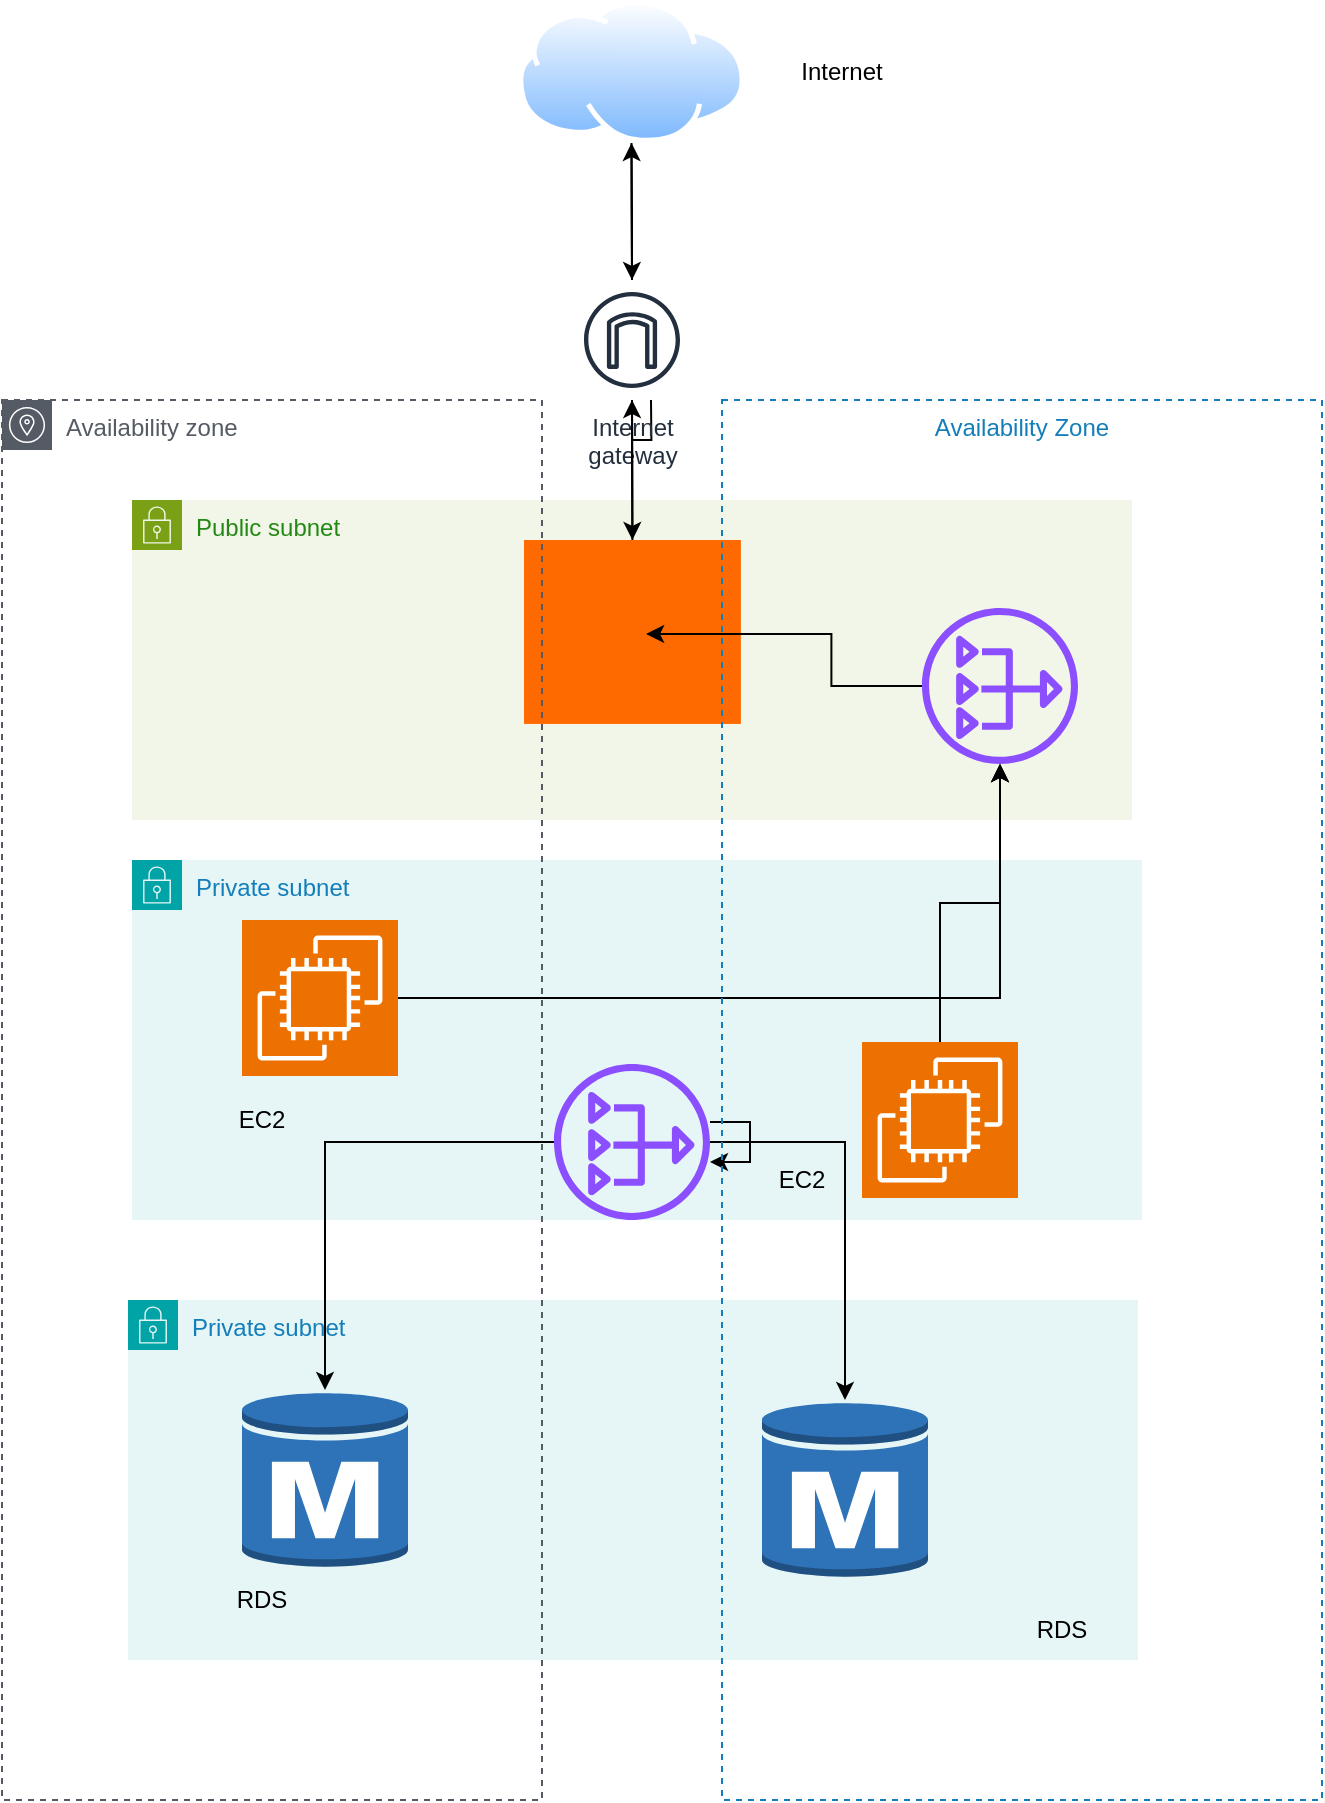
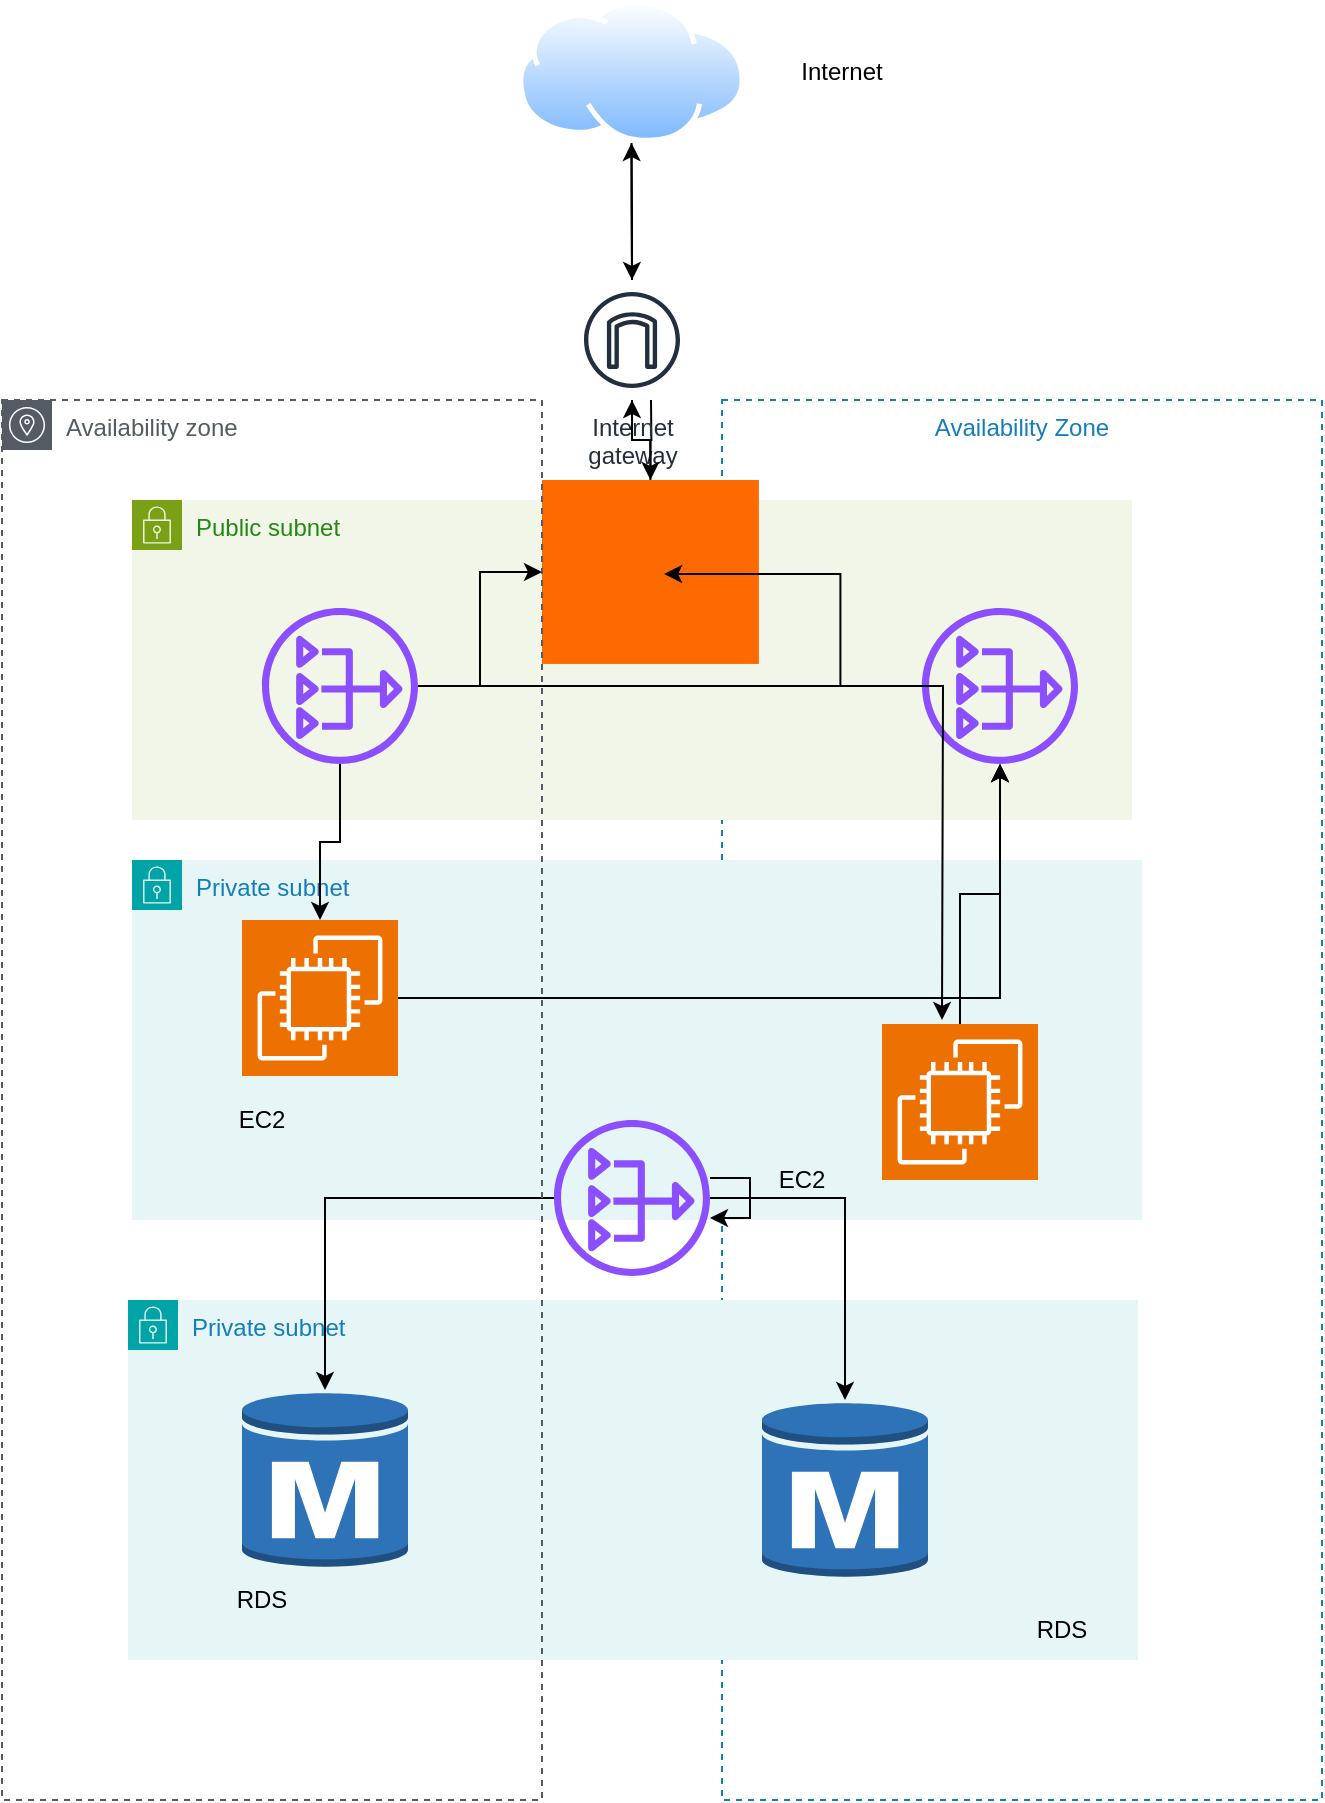
<mxfile host="app.diagrams.net">
  <diagram name="Page-1" id="jmnmw8XIQMqnONHrqhSX">
-     <mxGraphModel dx="1414" dy="1929" grid="1" gridSize="10" guides="1" tooltips="1" connect="1" arrows="1" fold="1" page="1" pageScale="1" pageWidth="850" pageHeight="1100" math="0" shadow="0">
+     <mxGraphModel dx="1571" dy="2021" grid="1" gridSize="10" guides="1" tooltips="1" connect="1" arrows="1" fold="1" page="1" pageScale="1" pageWidth="850" pageHeight="1100" math="0" shadow="0">
      <root>
        <mxCell id="0" />
        <mxCell id="1" parent="0" />
+         <mxCell id="3whqfBSB9Y3kzktNOQa8-44" parent="1" style="fillColor=none;strokeColor=#147EBA;dashed=1;verticalAlign=top;fontStyle=0;fontColor=#147EBA;whiteSpace=wrap;html=1;" value="Availability Zone" vertex="1">
+           <mxGeometry height="700" width="300" x="470" y="160" as="geometry" />
+         </mxCell>
        <mxCell id="3whqfBSB9Y3kzktNOQa8-9" parent="1" style="points=[[0,0],[0.25,0],[0.5,0],[0.75,0],[1,0],[1,0.25],[1,0.5],[1,0.75],[1,1],[0.75,1],[0.5,1],[0.25,1],[0,1],[0,0.75],[0,0.5],[0,0.25]];outlineConnect=0;gradientColor=none;html=1;whiteSpace=wrap;fontSize=12;fontStyle=0;container=1;pointerEvents=0;collapsible=0;recursiveResize=0;shape=mxgraph.aws4.group;grIcon=mxgraph.aws4.group_security_group;grStroke=0;strokeColor=#7AA116;fillColor=#F2F6E8;verticalAlign=top;align=left;spacingLeft=30;fontColor=#248814;dashed=0;" value="Public subnet" vertex="1">
          <mxGeometry height="160" width="500" x="175" y="210" as="geometry" />
        </mxCell>
        <mxCell id="3whqfBSB9Y3kzktNOQa8-11" parent="3whqfBSB9Y3kzktNOQa8-9" style="sketch=0;outlineConnect=0;fontColor=#232F3E;gradientColor=none;fillColor=#8C4FFF;strokeColor=none;dashed=0;verticalLabelPosition=bottom;verticalAlign=top;align=center;html=1;fontSize=12;fontStyle=0;aspect=fixed;pointerEvents=1;shape=mxgraph.aws4.nat_gateway;" value="" vertex="1">
          <mxGeometry height="78" width="78" x="395" y="53.97000000000003" as="geometry" />
        </mxCell>
        <mxCell id="3whqfBSB9Y3kzktNOQa8-7" edge="1" parent="3whqfBSB9Y3kzktNOQa8-9" source="3whqfBSB9Y3kzktNOQa8-2" style="edgeStyle=orthogonalEdgeStyle;rounded=0;orthogonalLoop=1;jettySize=auto;html=1;" value="">
          <mxGeometry relative="1" as="geometry">
            <mxPoint x="193.44000000000005" y="63" as="sourcePoint" />
            <mxPoint x="259.20000000000005" y="-80" as="targetPoint" />
          </mxGeometry>
        </mxCell>
        <object label="" id="3whqfBSB9Y3kzktNOQa8-6">
          <mxCell parent="3whqfBSB9Y3kzktNOQa8-9" style="points=[];aspect=fixed;html=1;align=center;shadow=0;dashed=0;fillColor=#FF6A00;strokeColor=none;shape=mxgraph.alibaba_cloud.alb_application_load_balancer_01;" vertex="1">
-             <mxGeometry height="91.97" width="108.44" x="196" y="20.00000000000001" as="geometry" />
+             <mxGeometry height="91.97" width="108.44" x="205" y="-9.99999999999999" as="geometry" />
          </mxCell>
        </object>
        <mxCell id="3whqfBSB9Y3kzktNOQa8-38" edge="1" parent="3whqfBSB9Y3kzktNOQa8-9" source="3whqfBSB9Y3kzktNOQa8-11" style="edgeStyle=orthogonalEdgeStyle;rounded=0;orthogonalLoop=1;jettySize=auto;html=1;entryX=0.563;entryY=0.511;entryDx=0;entryDy=0;entryPerimeter=0;" target="3whqfBSB9Y3kzktNOQa8-6">
          <mxGeometry relative="1" as="geometry" />
        </mxCell>
        <mxCell id="3whqfBSB9Y3kzktNOQa8-2" parent="3whqfBSB9Y3kzktNOQa8-9" style="sketch=0;outlineConnect=0;fontColor=#232F3E;gradientColor=none;strokeColor=#232F3E;fillColor=#ffffff;dashed=0;verticalLabelPosition=bottom;verticalAlign=top;align=center;html=1;fontSize=12;fontStyle=0;aspect=fixed;shape=mxgraph.aws4.resourceIcon;resIcon=mxgraph.aws4.internet_gateway;" value="Internet&#xa;gateway" vertex="1">
          <mxGeometry height="60" width="60" x="220" y="-110" as="geometry" />
        </mxCell>
        <mxCell id="3whqfBSB9Y3kzktNOQa8-8" edge="1" parent="3whqfBSB9Y3kzktNOQa8-9" source="3whqfBSB9Y3kzktNOQa8-2" style="edgeStyle=orthogonalEdgeStyle;rounded=0;orthogonalLoop=1;jettySize=auto;html=1;" target="3whqfBSB9Y3kzktNOQa8-6" value="">
          <mxGeometry relative="1" as="geometry" />
        </mxCell>
        <mxCell id="3whqfBSB9Y3kzktNOQa8-45" edge="1" parent="3whqfBSB9Y3kzktNOQa8-9" source="3whqfBSB9Y3kzktNOQa8-6" style="edgeStyle=orthogonalEdgeStyle;rounded=0;orthogonalLoop=1;jettySize=auto;html=1;" target="3whqfBSB9Y3kzktNOQa8-2" value="">
          <mxGeometry relative="1" as="geometry">
            <mxPoint x="425" y="230" as="sourcePoint" />
            <mxPoint x="434.20000000000005" y="130" as="targetPoint" />
          </mxGeometry>
        </mxCell>
        <mxCell id="3whqfBSB9Y3kzktNOQa8-5" edge="1" parent="1" source="3whqfBSB9Y3kzktNOQa8-1" style="edgeStyle=orthogonalEdgeStyle;rounded=0;orthogonalLoop=1;jettySize=auto;html=1;" target="3whqfBSB9Y3kzktNOQa8-2" value="">
          <mxGeometry relative="1" as="geometry" />
        </mxCell>
        <mxCell id="3whqfBSB9Y3kzktNOQa8-1" parent="1" style="image;aspect=fixed;perimeter=ellipsePerimeter;html=1;align=center;shadow=0;dashed=0;spacingTop=3;image=img/lib/active_directory/internet_cloud.svg;" value="" vertex="1">
          <mxGeometry height="71.5" width="113.49" x="368" y="-40" as="geometry" />
        </mxCell>
        <mxCell id="3whqfBSB9Y3kzktNOQa8-4" edge="1" parent="1" source="3whqfBSB9Y3kzktNOQa8-2" style="edgeStyle=orthogonalEdgeStyle;rounded=0;orthogonalLoop=1;jettySize=auto;html=1;" target="3whqfBSB9Y3kzktNOQa8-1" value="">
          <mxGeometry relative="1" as="geometry" />
        </mxCell>
        <mxCell id="3whqfBSB9Y3kzktNOQa8-10" parent="1" style="points=[[0,0],[0.25,0],[0.5,0],[0.75,0],[1,0],[1,0.25],[1,0.5],[1,0.75],[1,1],[0.75,1],[0.5,1],[0.25,1],[0,1],[0,0.75],[0,0.5],[0,0.25]];outlineConnect=0;gradientColor=none;html=1;whiteSpace=wrap;fontSize=12;fontStyle=0;container=1;pointerEvents=0;collapsible=0;recursiveResize=0;shape=mxgraph.aws4.group;grIcon=mxgraph.aws4.group_security_group;grStroke=0;strokeColor=#00A4A6;fillColor=#E6F6F7;verticalAlign=top;align=left;spacingLeft=30;fontColor=#147EBA;dashed=0;" value="Private subnet" vertex="1">
          <mxGeometry height="180" width="505" x="175" y="390" as="geometry" />
        </mxCell>
        <mxCell id="3whqfBSB9Y3kzktNOQa8-17" parent="3whqfBSB9Y3kzktNOQa8-10" style="sketch=0;points=[[0,0,0],[0.25,0,0],[0.5,0,0],[0.75,0,0],[1,0,0],[0,1,0],[0.25,1,0],[0.5,1,0],[0.75,1,0],[1,1,0],[0,0.25,0],[0,0.5,0],[0,0.75,0],[1,0.25,0],[1,0.5,0],[1,0.75,0]];outlineConnect=0;fontColor=#232F3E;fillColor=#ED7100;strokeColor=#ffffff;dashed=0;verticalLabelPosition=bottom;verticalAlign=top;align=center;html=1;fontSize=12;fontStyle=0;aspect=fixed;shape=mxgraph.aws4.resourceIcon;resIcon=mxgraph.aws4.ec2;" value="" vertex="1">
          <mxGeometry height="78" width="78" x="55" y="30" as="geometry" />
        </mxCell>
        <mxCell id="3whqfBSB9Y3kzktNOQa8-20" parent="3whqfBSB9Y3kzktNOQa8-10" style="sketch=0;points=[[0,0,0],[0.25,0,0],[0.5,0,0],[0.75,0,0],[1,0,0],[0,1,0],[0.25,1,0],[0.5,1,0],[0.75,1,0],[1,1,0],[0,0.25,0],[0,0.5,0],[0,0.75,0],[1,0.25,0],[1,0.5,0],[1,0.75,0]];outlineConnect=0;fontColor=#232F3E;fillColor=#ED7100;strokeColor=#ffffff;dashed=0;verticalLabelPosition=bottom;verticalAlign=top;align=center;html=1;fontSize=12;fontStyle=0;aspect=fixed;shape=mxgraph.aws4.resourceIcon;resIcon=mxgraph.aws4.ec2;" value="" vertex="1">
-           <mxGeometry height="78" width="78" x="365" y="91" as="geometry" />
+           <mxGeometry height="78" width="78" x="375" y="82" as="geometry" />
        </mxCell>
        <mxCell id="3whqfBSB9Y3kzktNOQa8-34" parent="3whqfBSB9Y3kzktNOQa8-10" style="text;html=1;whiteSpace=wrap;strokeColor=none;fillColor=none;align=center;verticalAlign=middle;rounded=0;" value="EC2" vertex="1">
          <mxGeometry height="30" width="60" x="305" y="145" as="geometry" />
        </mxCell>
        <mxCell id="3whqfBSB9Y3kzktNOQa8-35" parent="3whqfBSB9Y3kzktNOQa8-10" style="text;html=1;whiteSpace=wrap;strokeColor=none;fillColor=none;align=center;verticalAlign=middle;rounded=0;" value="EC2" vertex="1">
          <mxGeometry height="30" width="60" x="35" y="115" as="geometry" />
        </mxCell>
        <mxCell id="3whqfBSB9Y3kzktNOQa8-39" parent="3whqfBSB9Y3kzktNOQa8-10" style="sketch=0;outlineConnect=0;fontColor=#232F3E;gradientColor=none;fillColor=#8C4FFF;strokeColor=none;dashed=0;verticalLabelPosition=bottom;verticalAlign=top;align=center;html=1;fontSize=12;fontStyle=0;aspect=fixed;pointerEvents=1;shape=mxgraph.aws4.nat_gateway;" value="" vertex="1">
-           <mxGeometry height="78" width="78" x="211.00000000000003" y="102" as="geometry" />
+           <mxGeometry height="78" width="78" x="211.00000000000003" y="130" as="geometry" />
        </mxCell>
        <mxCell id="3whqfBSB9Y3kzktNOQa8-42" edge="1" parent="3whqfBSB9Y3kzktNOQa8-10" source="3whqfBSB9Y3kzktNOQa8-39" style="edgeStyle=orthogonalEdgeStyle;rounded=0;orthogonalLoop=1;jettySize=auto;html=1;innerLoopWaypoints=1;" target="3whqfBSB9Y3kzktNOQa8-39">
          <mxGeometry relative="1" as="geometry" />
        </mxCell>
        <mxCell id="3whqfBSB9Y3kzktNOQa8-23" edge="1" parent="1" source="3whqfBSB9Y3kzktNOQa8-20" style="edgeStyle=orthogonalEdgeStyle;rounded=0;orthogonalLoop=1;jettySize=auto;html=1;" target="3whqfBSB9Y3kzktNOQa8-11">
          <mxGeometry relative="1" as="geometry" />
        </mxCell>
        <mxCell id="3whqfBSB9Y3kzktNOQa8-25" edge="1" parent="1" source="3whqfBSB9Y3kzktNOQa8-17" style="edgeStyle=orthogonalEdgeStyle;rounded=0;orthogonalLoop=1;jettySize=auto;html=1;" target="3whqfBSB9Y3kzktNOQa8-11">
          <mxGeometry relative="1" as="geometry" />
        </mxCell>
        <mxCell id="3whqfBSB9Y3kzktNOQa8-26" edge="1" parent="1" source="3whqfBSB9Y3kzktNOQa8-20" style="edgeStyle=orthogonalEdgeStyle;rounded=0;orthogonalLoop=1;jettySize=auto;html=1;" target="3whqfBSB9Y3kzktNOQa8-11">
          <mxGeometry relative="1" as="geometry" />
        </mxCell>
        <mxCell id="3whqfBSB9Y3kzktNOQa8-29" parent="1" style="points=[[0,0],[0.25,0],[0.5,0],[0.75,0],[1,0],[1,0.25],[1,0.5],[1,0.75],[1,1],[0.75,1],[0.5,1],[0.25,1],[0,1],[0,0.75],[0,0.5],[0,0.25]];outlineConnect=0;gradientColor=none;html=1;whiteSpace=wrap;fontSize=12;fontStyle=0;container=1;pointerEvents=0;collapsible=0;recursiveResize=0;shape=mxgraph.aws4.group;grIcon=mxgraph.aws4.group_security_group;grStroke=0;strokeColor=#00A4A6;fillColor=#E6F6F7;verticalAlign=top;align=left;spacingLeft=30;fontColor=#147EBA;dashed=0;" value="Private subnet" vertex="1">
          <mxGeometry height="180" width="505" x="173" y="610" as="geometry" />
        </mxCell>
        <mxCell id="3whqfBSB9Y3kzktNOQa8-32" parent="3whqfBSB9Y3kzktNOQa8-29" style="outlineConnect=0;dashed=0;verticalLabelPosition=bottom;verticalAlign=top;align=center;html=1;shape=mxgraph.aws3.rds_db_instance;fillColor=#2E73B8;gradientColor=none;" value="" vertex="1">
          <mxGeometry height="90" width="83" x="57" y="45" as="geometry" />
        </mxCell>
        <mxCell id="3whqfBSB9Y3kzktNOQa8-33" parent="3whqfBSB9Y3kzktNOQa8-29" style="outlineConnect=0;dashed=0;verticalLabelPosition=bottom;verticalAlign=top;align=center;html=1;shape=mxgraph.aws3.rds_db_instance;fillColor=#2E73B8;gradientColor=none;" value="" vertex="1">
          <mxGeometry height="90" width="83" x="317" y="50" as="geometry" />
        </mxCell>
        <mxCell id="3whqfBSB9Y3kzktNOQa8-36" parent="3whqfBSB9Y3kzktNOQa8-29" style="text;html=1;whiteSpace=wrap;strokeColor=none;fillColor=none;align=center;verticalAlign=middle;rounded=0;" value="RDS" vertex="1">
          <mxGeometry height="30" width="60" x="37" y="135" as="geometry" />
        </mxCell>
        <mxCell id="3whqfBSB9Y3kzktNOQa8-37" parent="3whqfBSB9Y3kzktNOQa8-29" style="text;html=1;whiteSpace=wrap;strokeColor=none;fillColor=none;align=center;verticalAlign=middle;rounded=0;" value="RDS" vertex="1">
          <mxGeometry height="30" width="60" x="437" y="150" as="geometry" />
        </mxCell>
        <mxCell id="3whqfBSB9Y3kzktNOQa8-40" edge="1" parent="1" source="3whqfBSB9Y3kzktNOQa8-39" style="edgeStyle=orthogonalEdgeStyle;rounded=0;orthogonalLoop=1;jettySize=auto;html=1;" target="3whqfBSB9Y3kzktNOQa8-33">
          <mxGeometry relative="1" as="geometry" />
        </mxCell>
        <mxCell id="3whqfBSB9Y3kzktNOQa8-41" edge="1" parent="1" source="3whqfBSB9Y3kzktNOQa8-39" style="edgeStyle=orthogonalEdgeStyle;rounded=0;orthogonalLoop=1;jettySize=auto;html=1;" target="3whqfBSB9Y3kzktNOQa8-32">
          <mxGeometry relative="1" as="geometry" />
        </mxCell>
        <mxCell id="3whqfBSB9Y3kzktNOQa8-43" parent="1" style="sketch=0;outlineConnect=0;gradientColor=none;html=1;whiteSpace=wrap;fontSize=12;fontStyle=0;shape=mxgraph.aws4.group;grIcon=mxgraph.aws4.group_availability_zone;strokeColor=#545B64;fillColor=none;verticalAlign=top;align=left;spacingLeft=30;fontColor=#545B64;dashed=1;" value="Availability zone" vertex="1">
          <mxGeometry height="700" width="270" x="110" y="160" as="geometry" />
        </mxCell>
-         <mxCell id="3whqfBSB9Y3kzktNOQa8-44" parent="1" style="fillColor=none;strokeColor=#147EBA;dashed=1;verticalAlign=top;fontStyle=0;fontColor=#147EBA;whiteSpace=wrap;html=1;" value="Availability Zone" vertex="1">
-           <mxGeometry height="700" width="300" x="470" y="160" as="geometry" />
-         </mxCell>
        <mxCell id="3whqfBSB9Y3kzktNOQa8-46" parent="1" style="text;html=1;whiteSpace=wrap;strokeColor=none;fillColor=none;align=center;verticalAlign=middle;rounded=0;" value="Internet" vertex="1">
          <mxGeometry height="30" width="60" x="500" y="-19.25" as="geometry" />
+         </mxCell>
+         <mxCell id="OCtHsSf_AYh_oIOhaUD4-2" edge="1" parent="1" source="OCtHsSf_AYh_oIOhaUD4-1" style="edgeStyle=orthogonalEdgeStyle;rounded=0;orthogonalLoop=1;jettySize=auto;html=1;" target="3whqfBSB9Y3kzktNOQa8-6" value="">
+           <mxGeometry relative="1" as="geometry" />
+         </mxCell>
+         <mxCell id="OCtHsSf_AYh_oIOhaUD4-3" edge="1" parent="1" source="OCtHsSf_AYh_oIOhaUD4-1" style="edgeStyle=orthogonalEdgeStyle;rounded=0;orthogonalLoop=1;jettySize=auto;html=1;" target="3whqfBSB9Y3kzktNOQa8-17" value="">
+           <mxGeometry relative="1" as="geometry" />
+         </mxCell>
+         <mxCell id="OCtHsSf_AYh_oIOhaUD4-4" edge="1" parent="1" source="OCtHsSf_AYh_oIOhaUD4-1" style="edgeStyle=orthogonalEdgeStyle;rounded=0;orthogonalLoop=1;jettySize=auto;html=1;">
+           <mxGeometry relative="1" as="geometry">
+             <mxPoint x="580" y="470" as="targetPoint" />
+           </mxGeometry>
+         </mxCell>
+         <mxCell id="OCtHsSf_AYh_oIOhaUD4-1" parent="1" style="sketch=0;outlineConnect=0;fontColor=#232F3E;gradientColor=none;fillColor=#8C4FFF;strokeColor=none;dashed=0;verticalLabelPosition=bottom;verticalAlign=top;align=center;html=1;fontSize=12;fontStyle=0;aspect=fixed;pointerEvents=1;shape=mxgraph.aws4.nat_gateway;" value="" vertex="1">
+           <mxGeometry height="78" width="78" x="240" y="263.97" as="geometry" />
        </mxCell>
      </root>
    </mxGraphModel>
  </diagram>
</mxfile>
